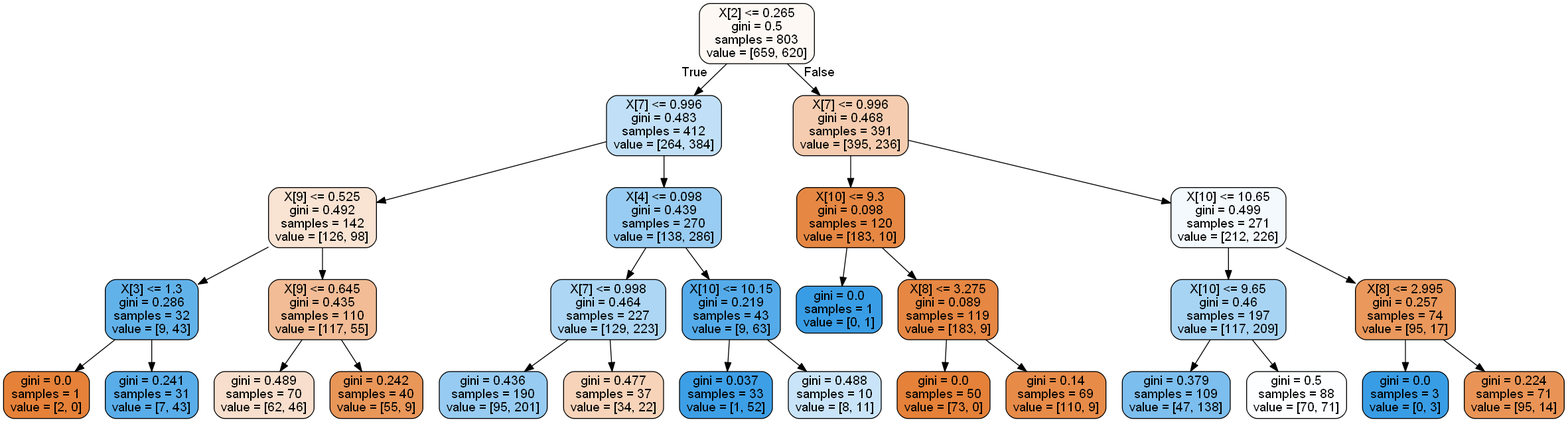
The Graphviz diagram Bosques/Codigo/wine-tree.png in NohemyLemus/Inteligencia-artificial, before a commit. Its source is kept beside it as Bosques/Codigo/wine-tree.dot. Its diagram source:
```dot
digraph Tree {
node [shape=box, style="filled, rounded", color="black", fontname=helvetica] ;
edge [fontname=helvetica] ;
0 [label="X[2] <= 0.265\ngini = 0.5\nsamples = 803\nvalue = [659, 620]", fillcolor="#fdf8f3"] ;
1 [label="X[7] <= 0.996\ngini = 0.483\nsamples = 412\nvalue = [264, 384]", fillcolor="#c1e0f7"] ;
0 -> 1 [labeldistance=2.5, labelangle=45, headlabel="True"] ;
2 [label="X[9] <= 0.525\ngini = 0.492\nsamples = 142\nvalue = [126, 98]", fillcolor="#f9e3d3"] ;
1 -> 2 ;
3 [label="X[3] <= 1.3\ngini = 0.286\nsamples = 32\nvalue = [9, 43]", fillcolor="#62b2ea"] ;
2 -> 3 ;
4 [label="gini = 0.0\nsamples = 1\nvalue = [2, 0]", fillcolor="#e58139"] ;
3 -> 4 ;
5 [label="gini = 0.241\nsamples = 31\nvalue = [7, 43]", fillcolor="#59ade9"] ;
3 -> 5 ;
6 [label="X[9] <= 0.645\ngini = 0.435\nsamples = 110\nvalue = [117, 55]", fillcolor="#f1bc96"] ;
2 -> 6 ;
7 [label="gini = 0.489\nsamples = 70\nvalue = [62, 46]", fillcolor="#f8decc"] ;
6 -> 7 ;
8 [label="gini = 0.242\nsamples = 40\nvalue = [55, 9]", fillcolor="#e99659"] ;
6 -> 8 ;
9 [label="X[4] <= 0.098\ngini = 0.439\nsamples = 270\nvalue = [138, 286]", fillcolor="#99ccf2"] ;
1 -> 9 ;
10 [label="X[7] <= 0.998\ngini = 0.464\nsamples = 227\nvalue = [129, 223]", fillcolor="#acd6f4"] ;
9 -> 10 ;
11 [label="gini = 0.436\nsamples = 190\nvalue = [95, 201]", fillcolor="#97cbf1"] ;
10 -> 11 ;
12 [label="gini = 0.477\nsamples = 37\nvalue = [34, 22]", fillcolor="#f6d3b9"] ;
10 -> 12 ;
13 [label="X[10] <= 10.15\ngini = 0.219\nsamples = 43\nvalue = [9, 63]", fillcolor="#55abe9"] ;
9 -> 13 ;
14 [label="gini = 0.037\nsamples = 33\nvalue = [1, 52]", fillcolor="#3d9fe6"] ;
13 -> 14 ;
15 [label="gini = 0.488\nsamples = 10\nvalue = [8, 11]", fillcolor="#c9e4f8"] ;
13 -> 15 ;
16 [label="X[7] <= 0.996\ngini = 0.468\nsamples = 391\nvalue = [395, 236]", fillcolor="#f5ccaf"] ;
0 -> 16 [labeldistance=2.5, labelangle=-45, headlabel="False"] ;
17 [label="X[10] <= 9.3\ngini = 0.098\nsamples = 120\nvalue = [183, 10]", fillcolor="#e68844"] ;
16 -> 17 ;
18 [label="gini = 0.0\nsamples = 1\nvalue = [0, 1]", fillcolor="#399de5"] ;
17 -> 18 ;
19 [label="X[8] <= 3.275\ngini = 0.089\nsamples = 119\nvalue = [183, 9]", fillcolor="#e68743"] ;
17 -> 19 ;
20 [label="gini = 0.0\nsamples = 50\nvalue = [73, 0]", fillcolor="#e58139"] ;
19 -> 20 ;
21 [label="gini = 0.14\nsamples = 69\nvalue = [110, 9]", fillcolor="#e78b49"] ;
19 -> 21 ;
22 [label="X[10] <= 10.65\ngini = 0.499\nsamples = 271\nvalue = [212, 226]", fillcolor="#f3f9fd"] ;
16 -> 22 ;
23 [label="X[10] <= 9.65\ngini = 0.46\nsamples = 197\nvalue = [117, 209]", fillcolor="#a8d4f4"] ;
22 -> 23 ;
24 [label="gini = 0.379\nsamples = 109\nvalue = [47, 138]", fillcolor="#7cbeee"] ;
23 -> 24 ;
25 [label="gini = 0.5\nsamples = 88\nvalue = [70, 71]", fillcolor="#fcfeff"] ;
23 -> 25 ;
26 [label="X[8] <= 2.995\ngini = 0.257\nsamples = 74\nvalue = [95, 17]", fillcolor="#ea985c"] ;
22 -> 26 ;
27 [label="gini = 0.0\nsamples = 3\nvalue = [0, 3]", fillcolor="#399de5"] ;
26 -> 27 ;
28 [label="gini = 0.224\nsamples = 71\nvalue = [95, 14]", fillcolor="#e99456"] ;
26 -> 28 ;
}
```
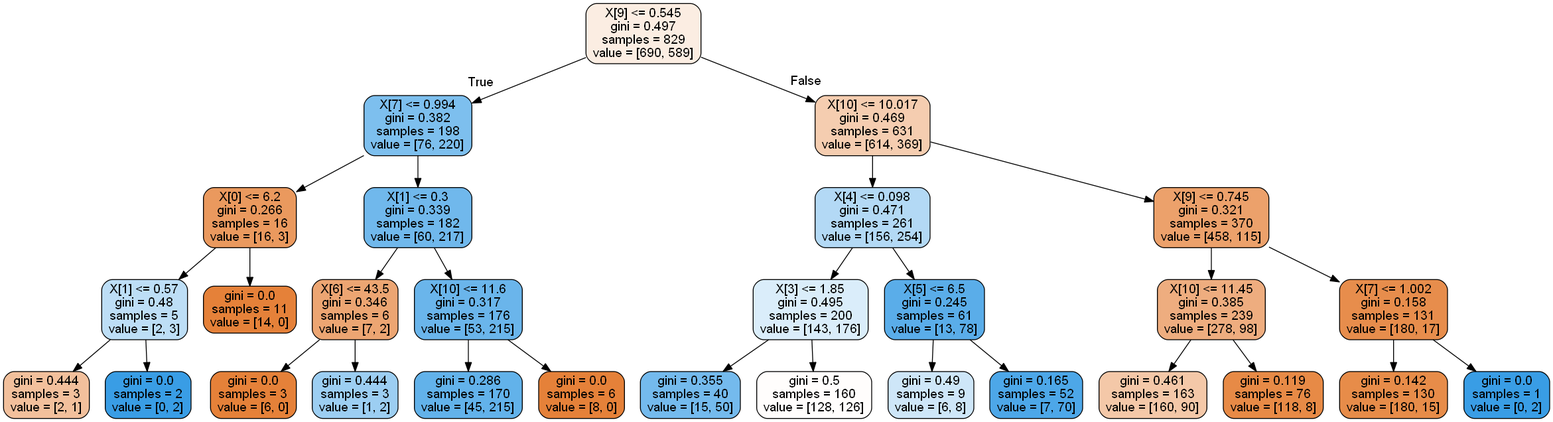
Later version of the same file.

Diff of the diagram source:
```diff
@@ -1,61 +1,61 @@
 digraph Tree {
 node [shape=box, style="filled, rounded", color="black", fontname=helvetica] ;
 edge [fontname=helvetica] ;
-0 [label="X[2] <= 0.265\ngini = 0.5\nsamples = 803\nvalue = [659, 620]", fillcolor="#fdf8f3"] ;
-1 [label="X[7] <= 0.996\ngini = 0.483\nsamples = 412\nvalue = [264, 384]", fillcolor="#c1e0f7"] ;
+0 [label="X[9] <= 0.545\ngini = 0.497\nsamples = 829\nvalue = [690, 589]", fillcolor="#fbede2"] ;
+1 [label="X[7] <= 0.994\ngini = 0.382\nsamples = 198\nvalue = [76, 220]", fillcolor="#7dbfee"] ;
 0 -> 1 [labeldistance=2.5, labelangle=45, headlabel="True"] ;
-2 [label="X[9] <= 0.525\ngini = 0.492\nsamples = 142\nvalue = [126, 98]", fillcolor="#f9e3d3"] ;
+2 [label="X[0] <= 6.2\ngini = 0.266\nsamples = 16\nvalue = [16, 3]", fillcolor="#ea995e"] ;
 1 -> 2 ;
-3 [label="X[3] <= 1.3\ngini = 0.286\nsamples = 32\nvalue = [9, 43]", fillcolor="#62b2ea"] ;
+3 [label="X[1] <= 0.57\ngini = 0.48\nsamples = 5\nvalue = [2, 3]", fillcolor="#bddef6"] ;
 2 -> 3 ;
-4 [label="gini = 0.0\nsamples = 1\nvalue = [2, 0]", fillcolor="#e58139"] ;
+4 [label="gini = 0.444\nsamples = 3\nvalue = [2, 1]", fillcolor="#f2c09c"] ;
 3 -> 4 ;
-5 [label="gini = 0.241\nsamples = 31\nvalue = [7, 43]", fillcolor="#59ade9"] ;
+5 [label="gini = 0.0\nsamples = 2\nvalue = [0, 2]", fillcolor="#399de5"] ;
 3 -> 5 ;
-6 [label="X[9] <= 0.645\ngini = 0.435\nsamples = 110\nvalue = [117, 55]", fillcolor="#f1bc96"] ;
+6 [label="gini = 0.0\nsamples = 11\nvalue = [14, 0]", fillcolor="#e58139"] ;
 2 -> 6 ;
-7 [label="gini = 0.489\nsamples = 70\nvalue = [62, 46]", fillcolor="#f8decc"] ;
-6 -> 7 ;
-8 [label="gini = 0.242\nsamples = 40\nvalue = [55, 9]", fillcolor="#e99659"] ;
-6 -> 8 ;
-9 [label="X[4] <= 0.098\ngini = 0.439\nsamples = 270\nvalue = [138, 286]", fillcolor="#99ccf2"] ;
-1 -> 9 ;
-10 [label="X[7] <= 0.998\ngini = 0.464\nsamples = 227\nvalue = [129, 223]", fillcolor="#acd6f4"] ;
-9 -> 10 ;
-11 [label="gini = 0.436\nsamples = 190\nvalue = [95, 201]", fillcolor="#97cbf1"] ;
-10 -> 11 ;
-12 [label="gini = 0.477\nsamples = 37\nvalue = [34, 22]", fillcolor="#f6d3b9"] ;
-10 -> 12 ;
-13 [label="X[10] <= 10.15\ngini = 0.219\nsamples = 43\nvalue = [9, 63]", fillcolor="#55abe9"] ;
-9 -> 13 ;
-14 [label="gini = 0.037\nsamples = 33\nvalue = [1, 52]", fillcolor="#3d9fe6"] ;
-13 -> 14 ;
-15 [label="gini = 0.488\nsamples = 10\nvalue = [8, 11]", fillcolor="#c9e4f8"] ;
-13 -> 15 ;
-16 [label="X[7] <= 0.996\ngini = 0.468\nsamples = 391\nvalue = [395, 236]", fillcolor="#f5ccaf"] ;
-0 -> 16 [labeldistance=2.5, labelangle=-45, headlabel="False"] ;
-17 [label="X[10] <= 9.3\ngini = 0.098\nsamples = 120\nvalue = [183, 10]", fillcolor="#e68844"] ;
+7 [label="X[1] <= 0.3\ngini = 0.339\nsamples = 182\nvalue = [60, 217]", fillcolor="#70b8ec"] ;
+1 -> 7 ;
+8 [label="X[6] <= 43.5\ngini = 0.346\nsamples = 6\nvalue = [7, 2]", fillcolor="#eca572"] ;
+7 -> 8 ;
+9 [label="gini = 0.0\nsamples = 3\nvalue = [6, 0]", fillcolor="#e58139"] ;
+8 -> 9 ;
+10 [label="gini = 0.444\nsamples = 3\nvalue = [1, 2]", fillcolor="#9ccef2"] ;
+8 -> 10 ;
+11 [label="X[10] <= 11.6\ngini = 0.317\nsamples = 176\nvalue = [53, 215]", fillcolor="#6ab5eb"] ;
+7 -> 11 ;
+12 [label="gini = 0.286\nsamples = 170\nvalue = [45, 215]", fillcolor="#62b2ea"] ;
+11 -> 12 ;
+13 [label="gini = 0.0\nsamples = 6\nvalue = [8, 0]", fillcolor="#e58139"] ;
+11 -> 13 ;
+14 [label="X[10] <= 10.017\ngini = 0.469\nsamples = 631\nvalue = [614, 369]", fillcolor="#f5cdb0"] ;
+0 -> 14 [labeldistance=2.5, labelangle=-45, headlabel="False"] ;
+15 [label="X[4] <= 0.098\ngini = 0.471\nsamples = 261\nvalue = [156, 254]", fillcolor="#b3d9f5"] ;
+14 -> 15 ;
+16 [label="X[3] <= 1.85\ngini = 0.495\nsamples = 200\nvalue = [143, 176]", fillcolor="#daedfa"] ;
+15 -> 16 ;
+17 [label="gini = 0.355\nsamples = 40\nvalue = [15, 50]", fillcolor="#74baed"] ;
 16 -> 17 ;
-18 [label="gini = 0.0\nsamples = 1\nvalue = [0, 1]", fillcolor="#399de5"] ;
-17 -> 18 ;
-19 [label="X[8] <= 3.275\ngini = 0.089\nsamples = 119\nvalue = [183, 9]", fillcolor="#e68743"] ;
-17 -> 19 ;
-20 [label="gini = 0.0\nsamples = 50\nvalue = [73, 0]", fillcolor="#e58139"] ;
+18 [label="gini = 0.5\nsamples = 160\nvalue = [128, 126]", fillcolor="#fffdfc"] ;
+16 -> 18 ;
+19 [label="X[5] <= 6.5\ngini = 0.245\nsamples = 61\nvalue = [13, 78]", fillcolor="#5aade9"] ;
+15 -> 19 ;
+20 [label="gini = 0.49\nsamples = 9\nvalue = [6, 8]", fillcolor="#cee6f8"] ;
 19 -> 20 ;
-21 [label="gini = 0.14\nsamples = 69\nvalue = [110, 9]", fillcolor="#e78b49"] ;
+21 [label="gini = 0.165\nsamples = 52\nvalue = [7, 70]", fillcolor="#4da7e8"] ;
 19 -> 21 ;
-22 [label="X[10] <= 10.65\ngini = 0.499\nsamples = 271\nvalue = [212, 226]", fillcolor="#f3f9fd"] ;
-16 -> 22 ;
-23 [label="X[10] <= 9.65\ngini = 0.46\nsamples = 197\nvalue = [117, 209]", fillcolor="#a8d4f4"] ;
+22 [label="X[9] <= 0.745\ngini = 0.321\nsamples = 370\nvalue = [458, 115]", fillcolor="#eca16b"] ;
+14 -> 22 ;
+23 [label="X[10] <= 11.45\ngini = 0.385\nsamples = 239\nvalue = [278, 98]", fillcolor="#eead7f"] ;
 22 -> 23 ;
-24 [label="gini = 0.379\nsamples = 109\nvalue = [47, 138]", fillcolor="#7cbeee"] ;
+24 [label="gini = 0.461\nsamples = 163\nvalue = [160, 90]", fillcolor="#f4c8a8"] ;
 23 -> 24 ;
-25 [label="gini = 0.5\nsamples = 88\nvalue = [70, 71]", fillcolor="#fcfeff"] ;
+25 [label="gini = 0.119\nsamples = 76\nvalue = [118, 8]", fillcolor="#e78a46"] ;
 23 -> 25 ;
-26 [label="X[8] <= 2.995\ngini = 0.257\nsamples = 74\nvalue = [95, 17]", fillcolor="#ea985c"] ;
+26 [label="X[7] <= 1.002\ngini = 0.158\nsamples = 131\nvalue = [180, 17]", fillcolor="#e78d4c"] ;
 22 -> 26 ;
-27 [label="gini = 0.0\nsamples = 3\nvalue = [0, 3]", fillcolor="#399de5"] ;
+27 [label="gini = 0.142\nsamples = 130\nvalue = [180, 15]", fillcolor="#e78c49"] ;
 26 -> 27 ;
-28 [label="gini = 0.224\nsamples = 71\nvalue = [95, 14]", fillcolor="#e99456"] ;
+28 [label="gini = 0.0\nsamples = 1\nvalue = [0, 2]", fillcolor="#399de5"] ;
 26 -> 28 ;
 }
```
